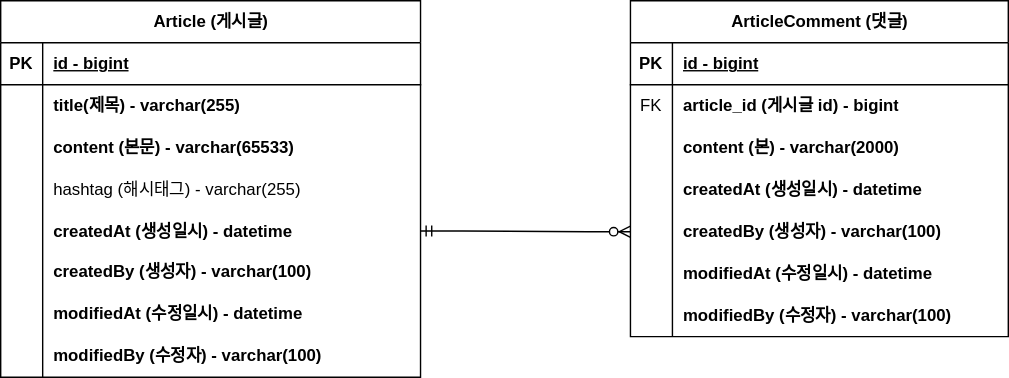
Earlier version of the draw.io export document/project-board-erd.svg (JEONHYUNTAK/fastcampus-project-board). Source tidied: cells renumbered, new cells last; positions are measured from the earlier drawing's top-left corner, leaving out a move shared by most shapes.
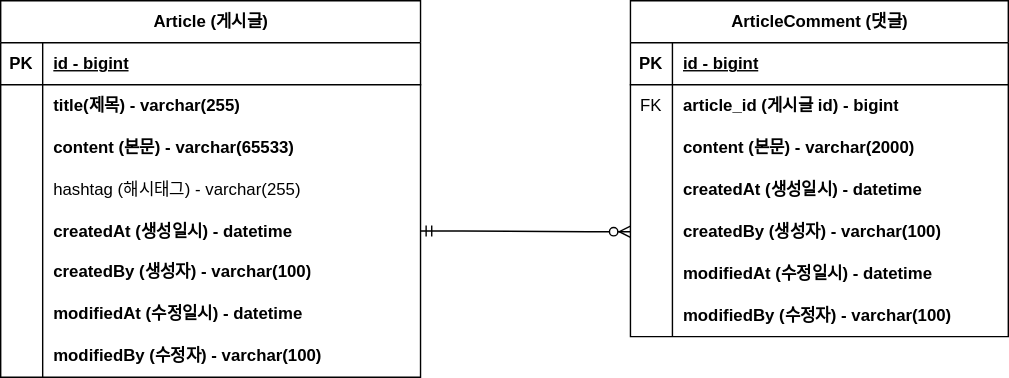
The same diagram one commit later.

Change to the diagram source:
```diff
@@ -104,7 +104,7 @@
     <mxCell id="35" style="shape=partialRectangle;fillColor=none;top=0;left=0;bottom=0;right=0;overflow=hidden;whiteSpace=wrap;html=1;" parent="34" vertex="1">
       <mxGeometry width="30" height="30" as="geometry" />
     </mxCell>
-    <mxCell id="36" value="content (본) - varchar(2000)" style="shape=partialRectangle;fillColor=none;top=0;left=0;bottom=0;right=0;align=left;spacingLeft=6;overflow=hidden;whiteSpace=wrap;html=1;fontStyle=1;" parent="34" vertex="1">
+    <mxCell id="36" value="content (본문) - varchar(2000)" style="shape=partialRectangle;fillColor=none;top=0;left=0;bottom=0;right=0;align=left;spacingLeft=6;overflow=hidden;whiteSpace=wrap;html=1;fontStyle=1;" parent="34" vertex="1">
       <mxGeometry x="30" width="240" height="30" as="geometry" />
     </mxCell>
     <mxCell id="37" style="shape=tableRow;horizontal=0;startSize=0;swimlaneHead=0;swimlaneBody=0;fillColor=none;top=0;left=0;right=0;bottom=0;" parent="27" vertex="1">
```
